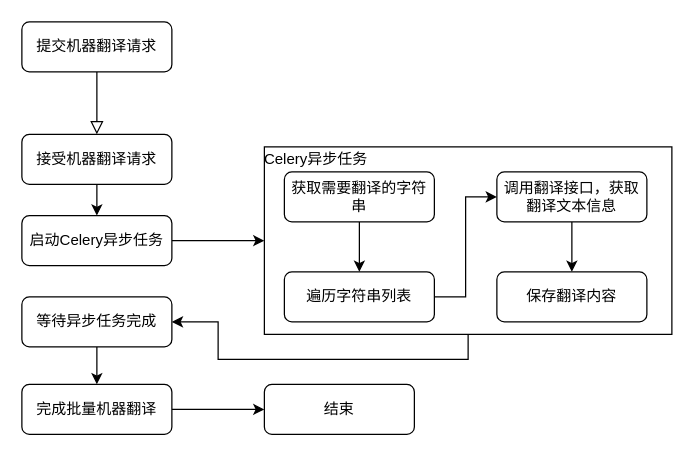
Before: weblate/机器翻译流程.drawio in weijiang1994/draw-io, a draw.io diagram. Source tidied: cells renumbered, new cells numbered last; positions are measured from the earlier drawing's top-left corner, leaving out a move shared by most shapes. Both pictures are drawn from the tidied source at 125%, with x=0, y=0 at pixel (21, 21).
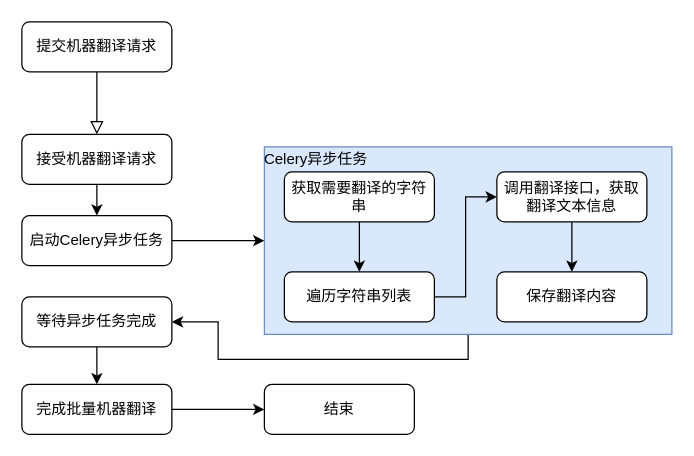
The same diagram, later.

Commit message (it also covers changes not shown here):
更新机器翻译流程.drawio

What changed in the source:
```diff
@@
-    <mxCell id="3" style="rounded=0;whiteSpace=wrap;html=1;" parent="1" vertex="1">
+    <mxCell id="3" style="rounded=0;whiteSpace=wrap;html=1;fillColor=#dae8fc;strokeColor=#6c8ebf;" parent="1" vertex="1">
       <mxGeometry x="194" y="100" width="326" height="150" as="geometry" />
     </mxCell>
```
